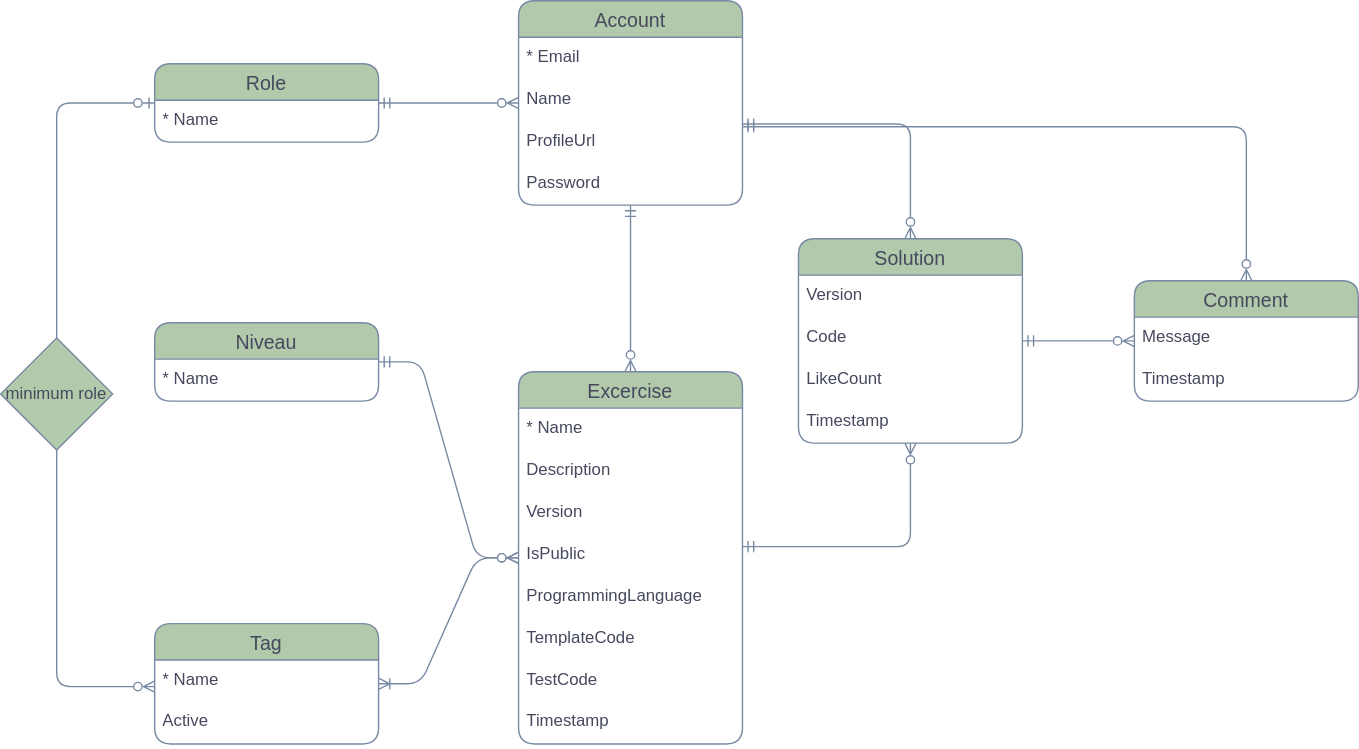
Above: apps/avans-code-web/src/assets/erd.svg in Job79/avans-code (draw.io), before the change. Source tidied: cells renumbered, new cells last; positions are measured from the earlier drawing's top-left corner, leaving out a move shared by most shapes.
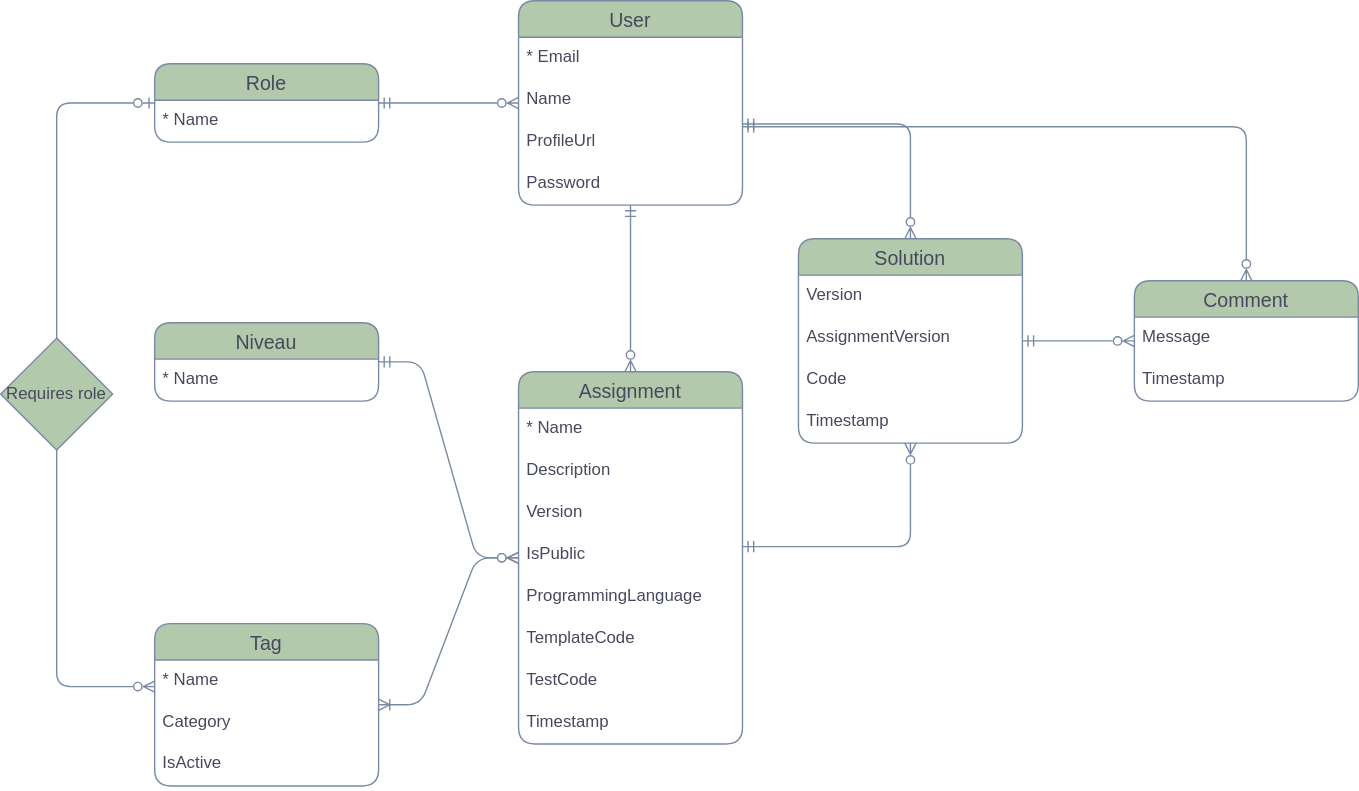
Later version of the same file.

The edit, as a diff of the source:
```diff
@@ -9,7 +9,7 @@
         </Array>
       </mxGeometry>
     </mxCell>
-    <mxCell id="3" value="Excercise" style="swimlane;fontStyle=0;horizontal=1;startSize=26;align=center;fontSize=14;labelBackgroundColor=none;fillColor=#B2C9AB;strokeColor=#788AA3;fontColor=#46495D;rounded=1;" parent="1" vertex="1">
+    <mxCell id="3" value="Assignment" style="swimlane;fontStyle=0;horizontal=1;startSize=26;align=center;fontSize=14;labelBackgroundColor=none;fillColor=#B2C9AB;strokeColor=#788AA3;fontColor=#46495D;rounded=1;" parent="1" vertex="1">
       <mxGeometry x="370" y="265" width="160" height="266" as="geometry" />
     </mxCell>
     <mxCell id="4" value="* Name" style="text;strokeColor=none;fillColor=none;spacingLeft=4;spacingRight=4;overflow=hidden;fontSize=12;whiteSpace=wrap;html=1;labelBackgroundColor=none;fontColor=#46495D;rounded=1;" parent="3" vertex="1">
@@ -52,23 +52,26 @@
     <mxCell id="15" value="Version" style="text;strokeColor=none;fillColor=none;spacingLeft=4;spacingRight=4;overflow=hidden;fontSize=12;whiteSpace=wrap;html=1;labelBackgroundColor=none;fontColor=#46495D;rounded=1;" parent="14" vertex="1">
       <mxGeometry y="26" width="160" height="30" as="geometry" />
     </mxCell>
+    <mxCell id="41" value="AssignmentVersion" style="text;strokeColor=none;fillColor=none;spacingLeft=4;spacingRight=4;overflow=hidden;fontSize=12;whiteSpace=wrap;html=1;labelBackgroundColor=none;fontColor=#46495D;rounded=1;" parent="14" vertex="1">
+      <mxGeometry y="56" width="160" height="30" as="geometry" />
+    </mxCell>
     <mxCell id="16" value="Code" style="text;strokeColor=none;fillColor=none;spacingLeft=4;spacingRight=4;overflow=hidden;fontSize=12;whiteSpace=wrap;html=1;labelBackgroundColor=none;fontColor=#46495D;rounded=1;" parent="14" vertex="1">
-      <mxGeometry y="56" width="160" height="30" as="geometry" />
+      <mxGeometry y="86" width="160" height="30" as="geometry" />
     </mxCell>
-    <mxCell id="17" value="LikeCount" style="text;strokeColor=none;fillColor=none;spacingLeft=4;spacingRight=4;overflow=hidden;fontSize=12;whiteSpace=wrap;html=1;labelBackgroundColor=none;fontColor=#46495D;rounded=1;" parent="14" vertex="1">
-      <mxGeometry y="86" width="160" height="30" as="geometry" />
-    </mxCell>
     <mxCell id="18" value="Timestamp" style="text;strokeColor=none;fillColor=none;spacingLeft=4;spacingRight=4;overflow=hidden;fontSize=12;whiteSpace=wrap;html=1;labelBackgroundColor=none;fontColor=#46495D;rounded=1;" parent="14" vertex="1">
       <mxGeometry y="116" width="160" height="30" as="geometry" />
     </mxCell>
     <mxCell id="19" value="Tag" style="swimlane;fontStyle=0;horizontal=1;startSize=26;align=center;fontSize=14;labelBackgroundColor=none;fillColor=#B2C9AB;strokeColor=#788AA3;fontColor=#46495D;rounded=1;" parent="1" vertex="1">
-      <mxGeometry x="110" y="445" width="160" height="86" as="geometry" />
+      <mxGeometry x="110" y="445" width="160" height="116" as="geometry" />
     </mxCell>
+    <mxCell id="42" value="* Name" style="text;strokeColor=none;fillColor=none;spacingLeft=4;spacingRight=4;overflow=hidden;fontSize=12;whiteSpace=wrap;html=1;labelBackgroundColor=none;fontColor=#46495D;rounded=1;" parent="19" vertex="1">
+      <mxGeometry y="26" width="160" height="30" as="geometry" />
+    </mxCell>
-    <mxCell id="20" value="* Name" style="text;strokeColor=none;fillColor=none;spacingLeft=4;spacingRight=4;overflow=hidden;fontSize=12;whiteSpace=wrap;html=1;labelBackgroundColor=none;fontColor=#46495D;rounded=1;" parent="19" vertex="1">
-      <mxGeometry y="26" width="160" height="30" as="geometry" />
+    <mxCell id="20" value="Category" style="text;strokeColor=none;fillColor=none;spacingLeft=4;spacingRight=4;overflow=hidden;fontSize=12;whiteSpace=wrap;html=1;labelBackgroundColor=none;fontColor=#46495D;rounded=1;" parent="19" vertex="1">
+      <mxGeometry y="56" width="160" height="30" as="geometry" />
     </mxCell>
-    <mxCell id="21" value="Active" style="text;strokeColor=none;fillColor=none;spacingLeft=4;spacingRight=4;overflow=hidden;fontSize=12;whiteSpace=wrap;html=1;labelBackgroundColor=none;fontColor=#46495D;rounded=1;" parent="19" vertex="1">
-      <mxGeometry y="56" width="160" height="30" as="geometry" />
+    <mxCell id="21" value="IsActive" style="text;strokeColor=none;fillColor=none;spacingLeft=4;spacingRight=4;overflow=hidden;fontSize=12;whiteSpace=wrap;html=1;labelBackgroundColor=none;fontColor=#46495D;rounded=1;" parent="19" vertex="1">
+      <mxGeometry y="86" width="160" height="30" as="geometry" />
     </mxCell>
     <mxCell id="22" value="Comment" style="swimlane;fontStyle=0;horizontal=1;startSize=26;align=center;fontSize=14;labelBackgroundColor=none;fillColor=#B2C9AB;strokeColor=#788AA3;fontColor=#46495D;rounded=1;" parent="1" vertex="1">
       <mxGeometry x="810" y="200" width="160" height="86" as="geometry" />
@@ -94,7 +97,7 @@
     <mxCell id="29" style="edgeStyle=orthogonalEdgeStyle;rounded=1;jettySize=auto;html=1;endArrow=ERzeroToMany;endFill=0;startArrow=ERmandOne;startFill=0;labelBackgroundColor=none;strokeColor=#788AA3;fontColor=default;" parent="1" edge="1" source="30" target="3">
       <mxGeometry relative="1" as="geometry" />
     </mxCell>
-    <mxCell id="30" value="Account" style="swimlane;fontStyle=0;horizontal=1;startSize=26;align=center;fontSize=14;labelBackgroundColor=none;fillColor=#B2C9AB;strokeColor=#788AA3;fontColor=#46495D;rounded=1;" parent="1" vertex="1">
+    <mxCell id="30" value="User" style="swimlane;fontStyle=0;horizontal=1;startSize=26;align=center;fontSize=14;labelBackgroundColor=none;fillColor=#B2C9AB;strokeColor=#788AA3;fontColor=#46495D;rounded=1;" parent="1" vertex="1">
       <mxGeometry x="370" width="160" height="146" as="geometry" />
     </mxCell>
     <mxCell id="31" value="* Email" style="text;strokeColor=none;fillColor=none;spacingLeft=4;spacingRight=4;overflow=hidden;fontSize=12;whiteSpace=wrap;html=1;labelBackgroundColor=none;fontColor=#46495D;rounded=1;" parent="30" vertex="1">
@@ -133,7 +136,7 @@
         </Array>
       </mxGeometry>
     </mxCell>
-    <mxCell id="40" value="minimum role" style="rhombus;whiteSpace=wrap;html=1;labelBackgroundColor=none;fillColor=#B2C9AB;strokeColor=#788AA3;fontColor=#46495D;" parent="1" vertex="1">
+    <mxCell id="40" value="Requires role" style="rhombus;whiteSpace=wrap;html=1;labelBackgroundColor=none;fillColor=#B2C9AB;strokeColor=#788AA3;fontColor=#46495D;" parent="1" vertex="1">
       <mxGeometry y="241" width="80" height="80" as="geometry" />
     </mxCell>
   </root>
```
